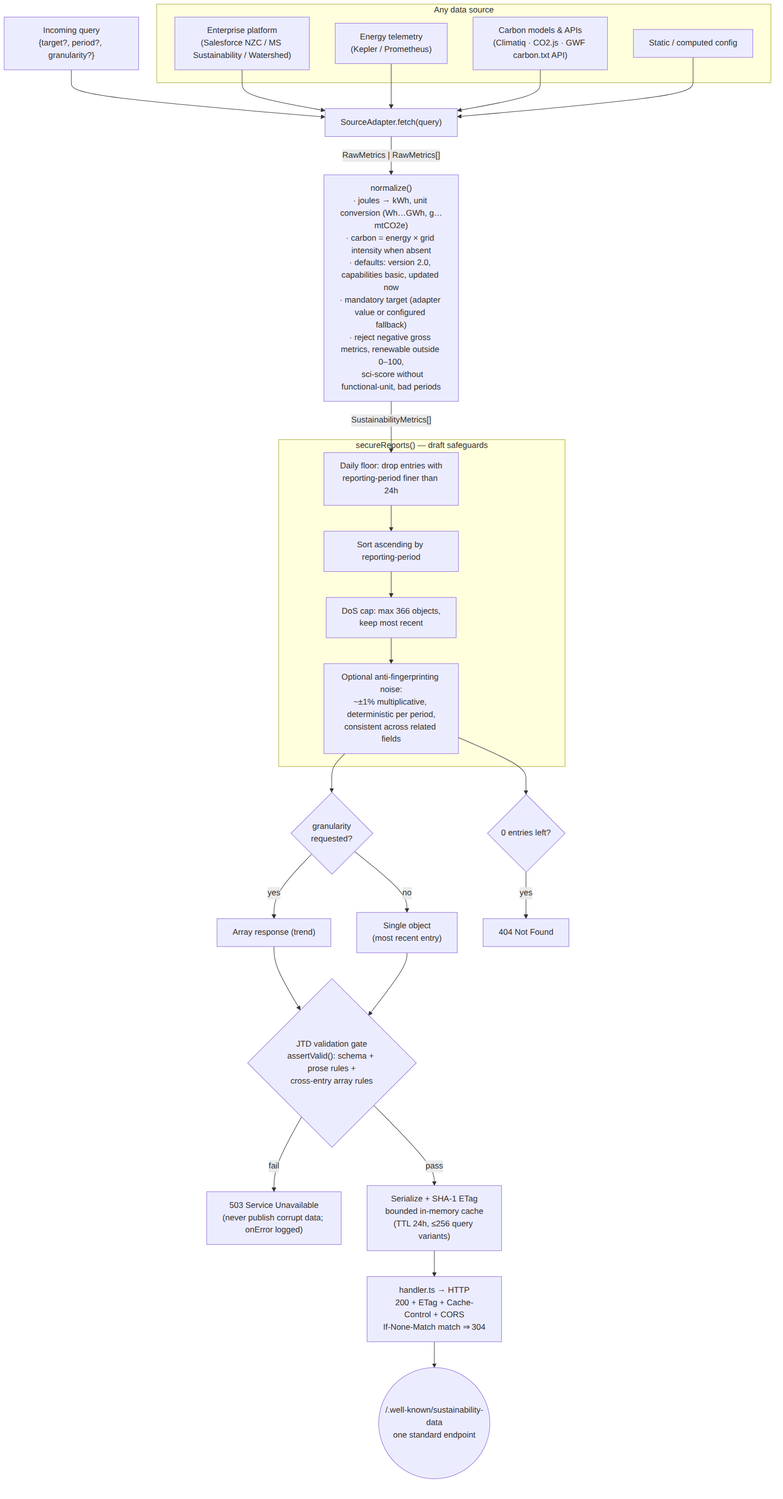
This is architecture/images/gateway-flow.png from andreibesleaga/rfc-sustainability-wellknown, a Mermaid export, as it was before one commit. Its source is kept beside it as architecture/diagrams/gateway-flow.mmd.
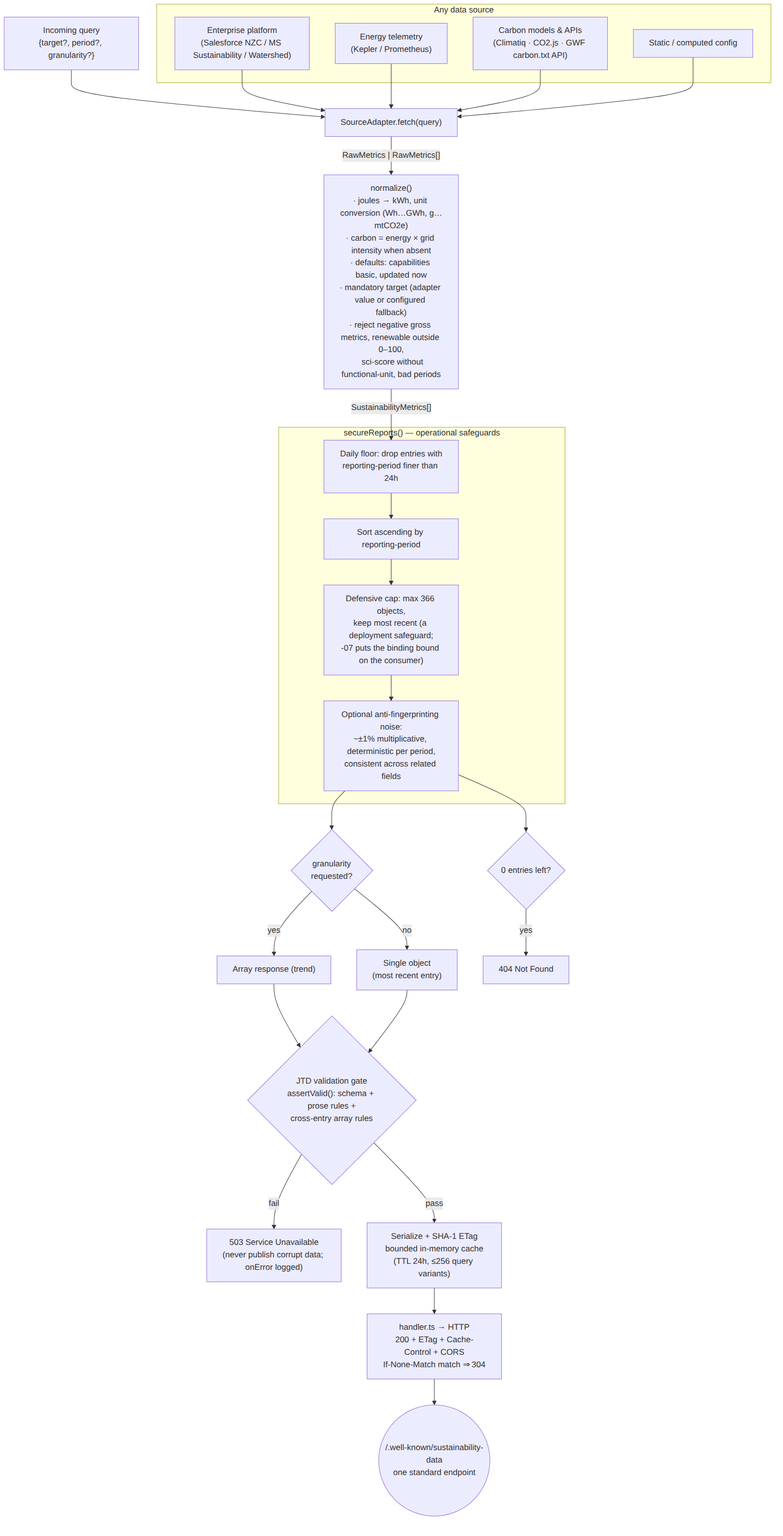
After the change.

Diff of the diagram source:
```diff
@@ -15,14 +15,14 @@
 
     AD["SourceAdapter.fetch(query)"] -- "RawMetrics | RawMetrics[]" --> N
 
-    N["normalize()<br/>· joules → kWh, unit conversion (Wh…GWh, g…mtCO2e)<br/>· carbon = energy × grid intensity when absent<br/>· defaults: version 2.0, capabilities basic, updated now<br/>· mandatory target (adapter value or configured fallback)<br/>· reject negative gross metrics, renewable outside 0–100,<br/>  sci-score without functional-unit, bad periods"]
+    N["normalize()<br/>· joules → kWh, unit conversion (Wh…GWh, g…mtCO2e)<br/>· carbon = energy × grid intensity when absent<br/>· defaults: capabilities basic, updated now<br/>· mandatory target (adapter value or configured fallback)<br/>· reject negative gross metrics, renewable outside 0–100,<br/>  sci-score without functional-unit, bad periods"]
 
     N -- "SustainabilityMetrics[]" --> G1
 
-    subgraph SAFE["secureReports() — draft safeguards"]
+    subgraph SAFE["secureReports() — operational safeguards"]
         G1["Daily floor: drop entries with<br/>reporting-period finer than 24h"] --> G2
         G2["Sort ascending by reporting-period"] --> G3
-        G3["DoS cap: max 366 objects,<br/>keep most recent"] --> G4
+        G3["Defensive cap: max 366 objects,<br/>keep most recent (a deployment safeguard;<br/>-07 puts the binding bound on the consumer)"] --> G4
         G4["Optional anti-fingerprinting noise:<br/>~±1% multiplicative, deterministic per period,<br/>consistent across related fields"]
     end
 
```
